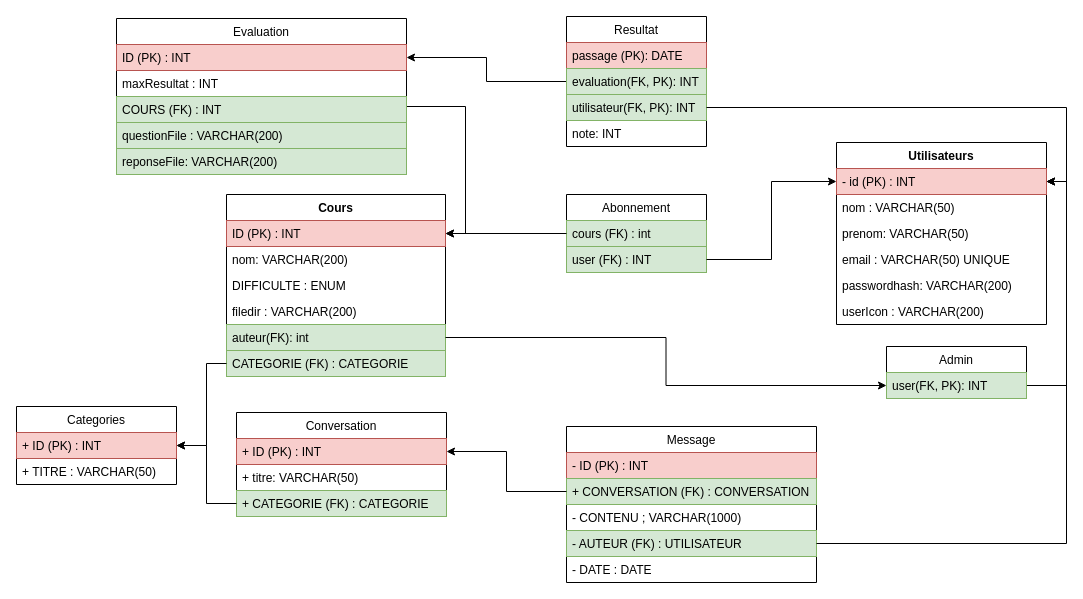
The draw.io diagram documentation/diagrammes/BDD.drawio in FC-Dijkstra/SiteFormation_DAW, before the edit. Source tidied: cells renumbered, new cells numbered last; positions are measured from the earlier drawing's top-left corner, leaving out a move shared by most shapes. Both pictures are drawn from the tidied source at 100%, with x=0, y=0 at pixel (16, 16).
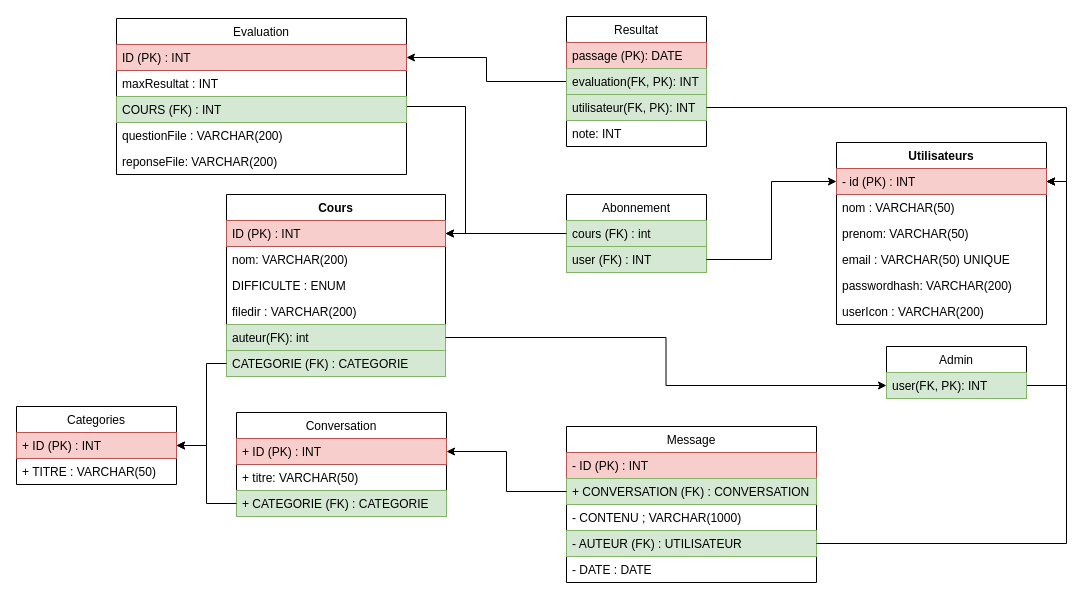
Above is the later version.

The change refers to these unchanged cells:
```xml
<mxCell id="33" value="Evaluation" style="swimlane;fontStyle=0;horizontal=1;startSize=26;fillColor=none;" parent="1" vertex="1">
  <mxGeometry x="100" y="2" width="290" height="156" as="geometry" />
</mxCell>
```

The edit, as a diff of the source:
```diff
@@
-    <mxCell id="37" value="questionFile : VARCHAR(200)" style="text;strokeColor=#82b366;fillColor=#d5e8d4;align=left;verticalAlign=top;spacingLeft=4;spacingRight=4;overflow=hidden;" parent="33" vertex="1">
+    <mxCell id="37" value="questionFile : VARCHAR(200)" style="text;align=left;verticalAlign=top;spacingLeft=4;spacingRight=4;overflow=hidden;" parent="33" vertex="1">
       <mxGeometry y="104" width="290" height="26" as="geometry" />
     </mxCell>
-    <mxCell id="38" value="reponseFile: VARCHAR(200)" style="text;strokeColor=#82b366;fillColor=#d5e8d4;align=left;verticalAlign=top;spacingLeft=4;spacingRight=4;overflow=hidden;" parent="33" vertex="1">
+    <mxCell id="38" value="reponseFile: VARCHAR(200)" style="text;align=left;verticalAlign=top;spacingLeft=4;spacingRight=4;overflow=hidden;" parent="33" vertex="1">
       <mxGeometry y="130" width="290" height="26" as="geometry" />
     </mxCell>
```
